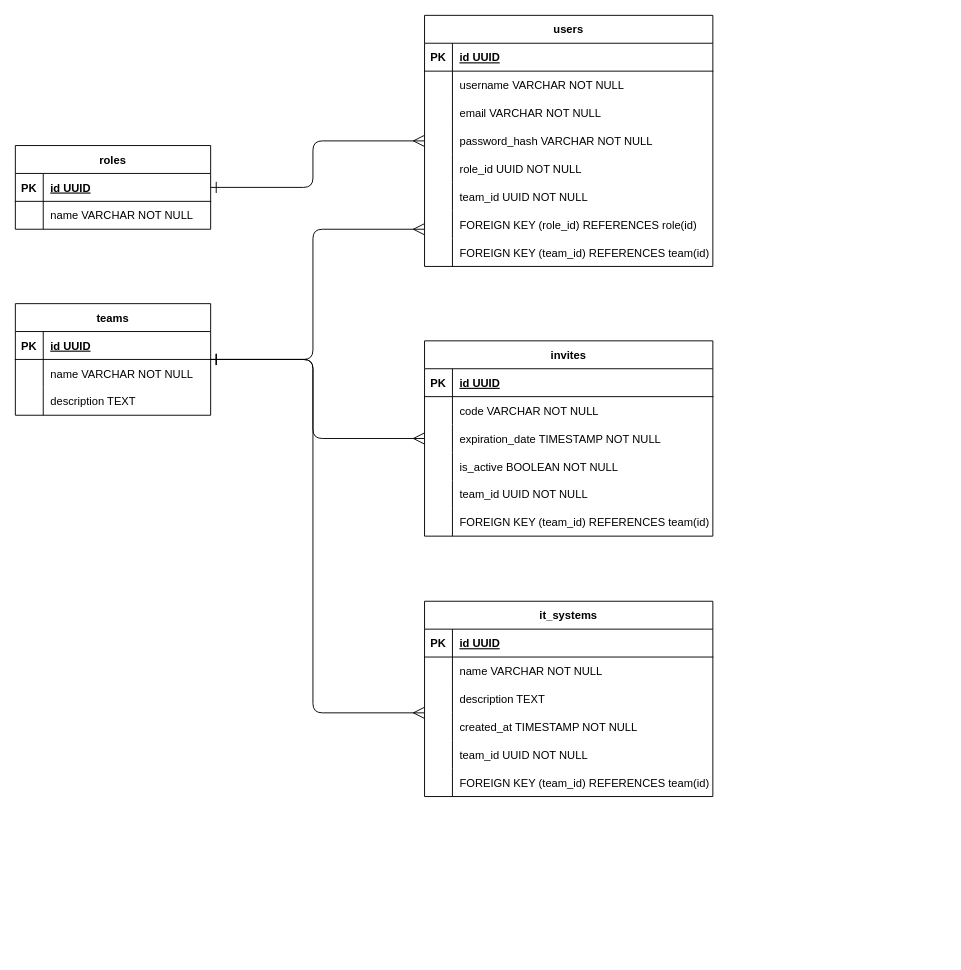
Above: report/img/dbml.drawio in n0kkster/iu7-db-6sem-cw (draw.io), before the change. Source tidied: cells renumbered, new cells numbered last; positions are measured from the earlier drawing's top-left corner, leaving out a move shared by most shapes. Both pictures are drawn from the tidied source at 93%, with x=0, y=0 at pixel (15, 15).
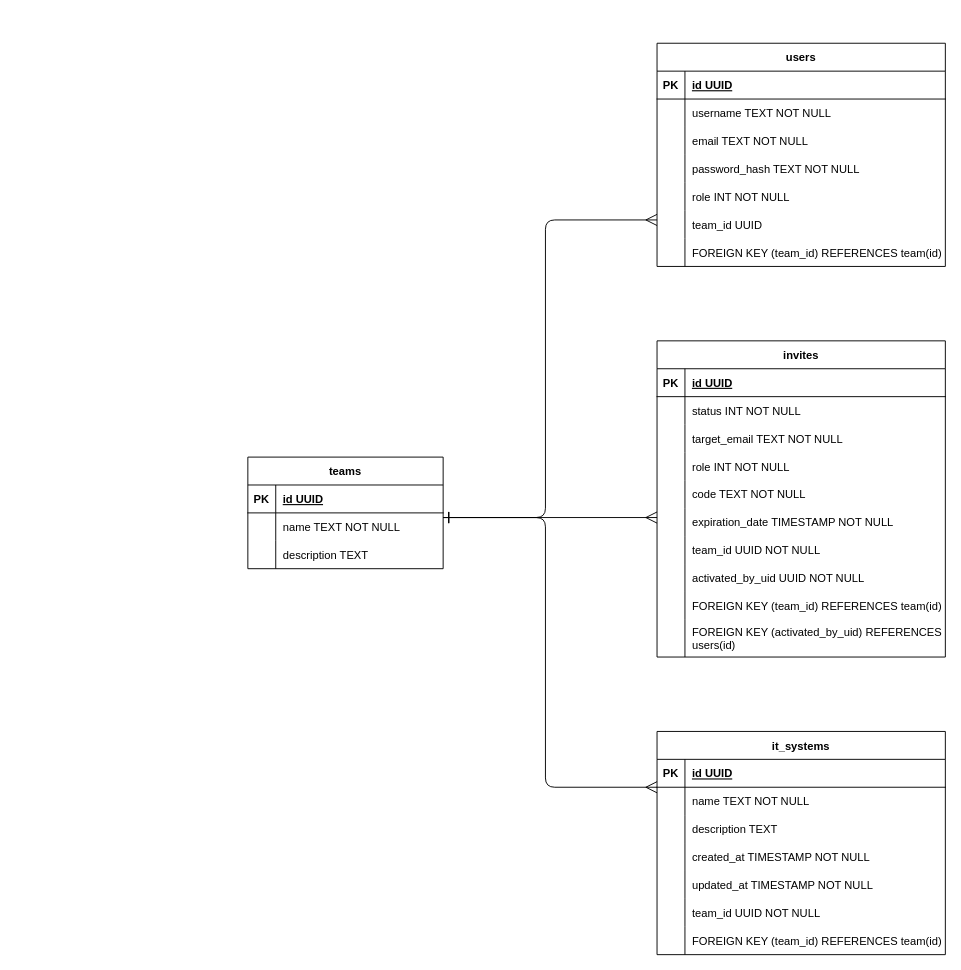
The same page after the edit.

The change refers to these unchanged cells:
```xml
<mxCell id="17" style="shape=tableRow;horizontal=0;startSize=0;swimlaneHead=0;swimlaneBody=0;fillColor=none;strokeColor=inherit;top=0;left=0;right=0;bottom=0;" parent="13" vertex="1">
  <mxGeometry y="60" width="210" height="30" as="geometry" />
</mxCell>
<mxCell id="27" style="shape=tableRow;horizontal=0;startSize=0;swimlaneHead=0;swimlaneBody=0;fillColor=none;strokeColor=inherit;top=0;left=0;right=0;bottom=0;" parent="23" vertex="1">
  <mxGeometry y="60" width="310" height="30" as="geometry" />
</mxCell>
<mxCell id="30" style="shape=tableRow;horizontal=0;startSize=0;swimlaneHead=0;swimlaneBody=0;fillColor=none;strokeColor=inherit;top=0;left=0;right=0;bottom=0;" parent="23" vertex="1">
  <mxGeometry y="90" width="310" height="30" as="geometry" />
</mxCell>
<mxCell id="33" style="shape=tableRow;horizontal=0;startSize=0;swimlaneHead=0;swimlaneBody=0;fillColor=none;strokeColor=inherit;top=0;left=0;right=0;bottom=0;" parent="23" vertex="1">
  <mxGeometry y="120" width="310" height="30" as="geometry" />
</mxCell>
<mxCell id="36" style="shape=tableRow;horizontal=0;startSize=0;swimlaneHead=0;swimlaneBody=0;fillColor=none;strokeColor=inherit;top=0;left=0;right=0;bottom=0;" parent="23" vertex="1">
  <mxGeometry y="150" width="310" height="30" as="geometry" />
</mxCell>
<mxCell id="39" style="shape=tableRow;horizontal=0;startSize=0;swimlaneHead=0;swimlaneBody=0;fillColor=none;strokeColor=inherit;top=0;left=0;right=0;bottom=0;" parent="23" vertex="1">
  <mxGeometry y="180" width="310" height="30" as="geometry" />
</mxCell>
<mxCell id="42" style="shape=tableRow;horizontal=0;startSize=0;swimlaneHead=0;swimlaneBody=0;fillColor=none;strokeColor=inherit;top=0;left=0;right=0;bottom=0;" parent="23" vertex="1">
  <mxGeometry y="210" width="310" height="30" as="geometry" />
</mxCell>
<mxCell id="52" style="shape=tableRow;horizontal=0;startSize=0;swimlaneHead=0;swimlaneBody=0;fillColor=none;strokeColor=inherit;top=0;left=0;right=0;bottom=0;" parent="48" vertex="1">
  <mxGeometry y="60" width="310" height="30" as="geometry" />
</mxCell>
<mxCell id="71" style="shape=tableRow;horizontal=0;startSize=0;swimlaneHead=0;swimlaneBody=0;fillColor=none;strokeColor=inherit;top=0;left=0;right=0;bottom=0;" parent="67" vertex="1">
  <mxGeometry y="60" width="310" height="30" as="geometry" />
</mxCell>
```

The edit, as a diff of the source:
```diff
@@
-    <mxCell id="2" style="edgeStyle=orthogonalEdgeStyle;rounded=1;jettySize=auto;html=1;startArrow=ERone;startFill=0;startSize=10;endArrow=ERmany;endFill=0;endSize=10;curved=0;" parent="1" edge="1" source="3" target="23">
-      <mxGeometry relative="1" as="geometry">
-        <Array as="points">
-          <mxPoint x="320" y="185" />
-          <mxPoint x="320" y="135" />
-        </Array>
-      </mxGeometry>
-    </mxCell>
-    <mxCell id="3" value="roles" style="shape=table;startSize=30;childLayout=tableLayout;rowLines=0;fontStyle=1;align=center;" parent="1" vertex="1">
-      <mxGeometry y="140" width="210" height="90" as="geometry" />
-    </mxCell>
-    <mxCell id="4" style="shape=tableRow;horizontal=0;startSize=0;swimlaneHead=0;swimlaneBody=0;fillColor=none;strokeColor=inherit;top=0;left=0;right=0;bottom=1;" parent="3" vertex="1">
-      <mxGeometry y="30" width="210" height="30" as="geometry" />
-    </mxCell>
-    <mxCell id="5" value="PK" style="shape=partialRectangle;overflow=hidden;fillColor=none;strokeColor=inherit;top=0;left=0;bottom=0;right=0;fontStyle=1;" parent="4" vertex="1">
-      <mxGeometry width="30" height="30" as="geometry" />
-    </mxCell>
-    <mxCell id="6" value="id UUID " style="shape=partialRectangle;overflow=hidden;fillColor=none;align=left;strokeColor=inherit;top=0;left=0;bottom=0;right=0;spacingLeft=6;fontStyle=5;" parent="4" vertex="1">
-      <mxGeometry x="30" width="180" height="30" as="geometry" />
-    </mxCell>
-    <mxCell id="7" style="shape=tableRow;horizontal=0;startSize=0;swimlaneHead=0;swimlaneBody=0;fillColor=none;strokeColor=inherit;top=0;left=0;right=0;bottom=0;" parent="3" vertex="1">
-      <mxGeometry y="60" width="210" height="30" as="geometry" />
-    </mxCell>
-    <mxCell id="8" style="shape=partialRectangle;overflow=hidden;fillColor=none;strokeColor=inherit;top=0;left=0;bottom=0;right=0;" parent="7" vertex="1">
-      <mxGeometry width="30" height="30" as="geometry" />
-    </mxCell>
-    <mxCell id="9" value="name VARCHAR NOT NULL" style="shape=partialRectangle;overflow=hidden;fillColor=none;align=left;strokeColor=inherit;top=0;left=0;bottom=0;right=0;spacingLeft=6;" parent="7" vertex="1">
-      <mxGeometry x="30" width="180" height="30" as="geometry" />
-    </mxCell>
     <mxCell id="10" style="edgeStyle=orthogonalEdgeStyle;shape=connector;rounded=1;jettySize=auto;html=1;strokeColor=default;align=center;verticalAlign=middle;fontFamily=Helvetica;fontSize=11;fontColor=default;labelBackgroundColor=default;startArrow=ERone;startFill=0;startSize=10;endArrow=ERmany;endFill=0;endSize=10;curved=0;" parent="1" edge="1" source="13" target="48">
       <mxGeometry relative="1" as="geometry">
         <Array as="points">
-          <mxPoint x="320" y="370" />
-          <mxPoint x="320" y="455" />
+          <mxPoint x="520" y="540" />
+          <mxPoint x="520" y="540" />
         </Array>
       </mxGeometry>
     </mxCell>
     <mxCell id="11" style="edgeStyle=orthogonalEdgeStyle;shape=connector;rounded=1;jettySize=auto;html=1;strokeColor=default;align=center;verticalAlign=middle;fontFamily=Helvetica;fontSize=11;fontColor=default;labelBackgroundColor=default;startArrow=ERone;startFill=0;startSize=10;endArrow=ERmany;endFill=0;endSize=10;curved=0;" parent="1" edge="1" source="13" target="23">
       <mxGeometry relative="1" as="geometry">
         <Array as="points">
-          <mxPoint x="320" y="370" />
-          <mxPoint x="320" y="230" />
+          <mxPoint x="570" y="540" />
+          <mxPoint x="570" y="220" />
         </Array>
       </mxGeometry>
     </mxCell>
     <mxCell id="12" style="edgeStyle=orthogonalEdgeStyle;shape=connector;rounded=1;jettySize=auto;html=1;strokeColor=default;align=center;verticalAlign=middle;fontFamily=Helvetica;fontSize=11;fontColor=default;labelBackgroundColor=default;startArrow=ERone;startFill=0;startSize=10;endArrow=ERmany;endFill=0;endSize=10;curved=0;" parent="1" edge="1" source="13" target="67">
       <mxGeometry relative="1" as="geometry">
         <Array as="points">
-          <mxPoint x="320" y="370" />
-          <mxPoint x="320" y="750" />
+          <mxPoint x="570" y="540" />
+          <mxPoint x="570" y="830" />
         </Array>
       </mxGeometry>
     </mxCell>
     <mxCell id="13" value="teams" style="shape=table;startSize=30;childLayout=tableLayout;rowLines=0;fontStyle=1;align=center;" parent="1" vertex="1">
-      <mxGeometry y="310" width="210" height="120" as="geometry" />
+      <mxGeometry x="250" y="475" width="210" height="120" as="geometry" />
     </mxCell>
@@
-    <mxCell id="19" value="name VARCHAR NOT NULL" style="shape=partialRectangle;overflow=hidden;fillColor=none;align=left;strokeColor=inherit;top=0;left=0;bottom=0;right=0;spacingLeft=6;" parent="17" vertex="1">
+    <mxCell id="19" value="name TEXT NOT NULL" style="shape=partialRectangle;overflow=hidden;fillColor=none;align=left;strokeColor=inherit;top=0;left=0;bottom=0;right=0;spacingLeft=6;" parent="17" vertex="1">
       <mxGeometry x="30" width="180" height="30" as="geometry" />
     </mxCell>
@@
     <mxCell id="23" value="users" style="shape=table;startSize=30;childLayout=tableLayout;rowLines=0;fontStyle=1;align=center;" parent="1" vertex="1">
-      <mxGeometry x="440" width="310" height="270" as="geometry" />
+      <mxGeometry x="690" y="30" width="310" height="240" as="geometry" />
     </mxCell>
@@
-    <mxCell id="29" value="username VARCHAR NOT NULL" style="shape=partialRectangle;overflow=hidden;fillColor=none;align=left;strokeColor=inherit;top=0;left=0;bottom=0;right=0;spacingLeft=6;" parent="27" vertex="1">
+    <mxCell id="29" value="username TEXT NOT NULL" style="shape=partialRectangle;overflow=hidden;fillColor=none;align=left;strokeColor=inherit;top=0;left=0;bottom=0;right=0;spacingLeft=6;" parent="27" vertex="1">
       <mxGeometry x="30" width="280" height="30" as="geometry" />
     </mxCell>
@@
-    <mxCell id="32" value="email VARCHAR NOT NULL" style="shape=partialRectangle;overflow=hidden;fillColor=none;align=left;strokeColor=inherit;top=0;left=0;bottom=0;right=0;spacingLeft=6;" parent="30" vertex="1">
+    <mxCell id="32" value="email TEXT NOT NULL" style="shape=partialRectangle;overflow=hidden;fillColor=none;align=left;strokeColor=inherit;top=0;left=0;bottom=0;right=0;spacingLeft=6;" parent="30" vertex="1">
       <mxGeometry x="30" width="280" height="30" as="geometry" />
     </mxCell>
@@
-    <mxCell id="35" value="password_hash VARCHAR NOT NULL" style="shape=partialRectangle;overflow=hidden;fillColor=none;align=left;strokeColor=inherit;top=0;left=0;bottom=0;right=0;spacingLeft=6;" parent="33" vertex="1">
+    <mxCell id="35" value="password_hash TEXT NOT NULL" style="shape=partialRectangle;overflow=hidden;fillColor=none;align=left;strokeColor=inherit;top=0;left=0;bottom=0;right=0;spacingLeft=6;" parent="33" vertex="1">
       <mxGeometry x="30" width="280" height="30" as="geometry" />
     </mxCell>
@@
-    <mxCell id="38" value="role_id UUID NOT NULL" style="shape=partialRectangle;overflow=hidden;fillColor=none;align=left;strokeColor=inherit;top=0;left=0;bottom=0;right=0;spacingLeft=6;" parent="36" vertex="1">
+    <mxCell id="38" value="role INT NOT NULL" style="shape=partialRectangle;overflow=hidden;fillColor=none;align=left;strokeColor=inherit;top=0;left=0;bottom=0;right=0;spacingLeft=6;" parent="36" vertex="1">
       <mxGeometry x="30" width="280" height="30" as="geometry" />
     </mxCell>
@@
-    <mxCell id="41" value="team_id UUID NOT NULL" style="shape=partialRectangle;overflow=hidden;fillColor=none;align=left;strokeColor=inherit;top=0;left=0;bottom=0;right=0;spacingLeft=6;" parent="39" vertex="1">
+    <mxCell id="41" value="team_id UUID" style="shape=partialRectangle;overflow=hidden;fillColor=none;align=left;strokeColor=inherit;top=0;left=0;bottom=0;right=0;spacingLeft=6;" parent="39" vertex="1">
       <mxGeometry x="30" width="280" height="30" as="geometry" />
     </mxCell>
@@
-    <mxCell id="44" value="FOREIGN KEY (role_id) REFERENCES role(id)" style="shape=partialRectangle;overflow=hidden;fillColor=none;align=left;strokeColor=inherit;top=0;left=0;bottom=0;right=0;spacingLeft=6;" parent="42" vertex="1">
+    <mxCell id="44" value="FOREIGN KEY (team_id) REFERENCES team(id)" style="shape=partialRectangle;overflow=hidden;fillColor=none;align=left;strokeColor=inherit;top=0;left=0;bottom=0;right=0;spacingLeft=6;" parent="42" vertex="1">
       <mxGeometry x="30" width="280" height="30" as="geometry" />
     </mxCell>
-    <mxCell id="45" style="shape=tableRow;horizontal=0;startSize=0;swimlaneHead=0;swimlaneBody=0;fillColor=none;strokeColor=inherit;top=0;left=0;right=0;bottom=0;" parent="23" vertex="1">
-      <mxGeometry y="240" width="310" height="30" as="geometry" />
-    </mxCell>
-    <mxCell id="46" style="shape=partialRectangle;overflow=hidden;fillColor=none;strokeColor=inherit;top=0;left=0;bottom=0;right=0;" parent="45" vertex="1">
-      <mxGeometry width="30" height="30" as="geometry" />
-    </mxCell>
-    <mxCell id="47" value="FOREIGN KEY (team_id) REFERENCES team(id)" style="shape=partialRectangle;overflow=hidden;fillColor=none;align=left;strokeColor=inherit;top=0;left=0;bottom=0;right=0;spacingLeft=6;" parent="45" vertex="1">
-      <mxGeometry x="30" width="280" height="30" as="geometry" />
-    </mxCell>
     <mxCell id="48" value="invites" style="shape=table;startSize=30;childLayout=tableLayout;rowLines=0;fontStyle=1;align=center;" parent="1" vertex="1">
-      <mxGeometry x="440" y="350" width="310" height="210" as="geometry" />
+      <mxGeometry x="690" y="350" width="310" height="340" as="geometry" />
     </mxCell>
@@
-    <mxCell id="54" value="code VARCHAR NOT NULL" style="shape=partialRectangle;overflow=hidden;fillColor=none;align=left;strokeColor=inherit;top=0;left=0;bottom=0;right=0;spacingLeft=6;" parent="52" vertex="1">
+    <mxCell id="54" value="status INT NOT NULL" style="shape=partialRectangle;overflow=hidden;fillColor=none;align=left;strokeColor=inherit;top=0;left=0;bottom=0;right=0;spacingLeft=6;" parent="52" vertex="1">
       <mxGeometry x="30" width="280" height="30" as="geometry" />
     </mxCell>
+    <mxCell id="58" style="shape=tableRow;horizontal=0;startSize=0;swimlaneHead=0;swimlaneBody=0;fillColor=none;strokeColor=inherit;top=0;left=0;right=0;bottom=0;" parent="48" vertex="1">
+      <mxGeometry y="90" width="310" height="30" as="geometry" />
+    </mxCell>
+    <mxCell id="59" style="shape=partialRectangle;overflow=hidden;fillColor=none;strokeColor=inherit;top=0;left=0;bottom=0;right=0;" parent="58" vertex="1">
+      <mxGeometry width="30" height="30" as="geometry" />
+    </mxCell>
+    <mxCell id="60" value="target_email TEXT NOT NULL" style="shape=partialRectangle;overflow=hidden;fillColor=none;align=left;strokeColor=inherit;top=0;left=0;bottom=0;right=0;spacingLeft=6;" parent="58" vertex="1">
+      <mxGeometry x="30" width="280" height="30" as="geometry" />
+    </mxCell>
+    <mxCell id="86" style="shape=tableRow;horizontal=0;startSize=0;swimlaneHead=0;swimlaneBody=0;fillColor=none;strokeColor=inherit;top=0;left=0;right=0;bottom=0;" parent="48" vertex="1">
+      <mxGeometry y="120" width="310" height="30" as="geometry" />
+    </mxCell>
+    <mxCell id="87" style="shape=partialRectangle;overflow=hidden;fillColor=none;strokeColor=inherit;top=0;left=0;bottom=0;right=0;" parent="86" vertex="1">
+      <mxGeometry width="30" height="30" as="geometry" />
+    </mxCell>
+    <mxCell id="88" value="role INT NOT NULL" style="shape=partialRectangle;overflow=hidden;fillColor=none;align=left;strokeColor=inherit;top=0;left=0;bottom=0;right=0;spacingLeft=6;" parent="86" vertex="1">
+      <mxGeometry x="30" width="280" height="30" as="geometry" />
+    </mxCell>
+    <mxCell id="89" style="shape=tableRow;horizontal=0;startSize=0;swimlaneHead=0;swimlaneBody=0;fillColor=none;strokeColor=inherit;top=0;left=0;right=0;bottom=0;" parent="48" vertex="1">
+      <mxGeometry y="150" width="310" height="30" as="geometry" />
+    </mxCell>
+    <mxCell id="90" style="shape=partialRectangle;overflow=hidden;fillColor=none;strokeColor=inherit;top=0;left=0;bottom=0;right=0;" parent="89" vertex="1">
+      <mxGeometry width="30" height="30" as="geometry" />
+    </mxCell>
+    <mxCell id="91" value="code TEXT NOT NULL" style="shape=partialRectangle;overflow=hidden;fillColor=none;align=left;strokeColor=inherit;top=0;left=0;bottom=0;right=0;spacingLeft=6;" parent="89" vertex="1">
+      <mxGeometry x="30" width="280" height="30" as="geometry" />
+    </mxCell>
     <mxCell id="55" style="shape=tableRow;horizontal=0;startSize=0;swimlaneHead=0;swimlaneBody=0;fillColor=none;strokeColor=inherit;top=0;left=0;right=0;bottom=0;" parent="48" vertex="1">
-      <mxGeometry y="90" width="310" height="30" as="geometry" />
+      <mxGeometry y="180" width="310" height="30" as="geometry" />
     </mxCell>
@@
-    <mxCell id="58" style="shape=tableRow;horizontal=0;startSize=0;swimlaneHead=0;swimlaneBody=0;fillColor=none;strokeColor=inherit;top=0;left=0;right=0;bottom=0;" parent="48" vertex="1">
-      <mxGeometry y="120" width="310" height="30" as="geometry" />
-    </mxCell>
-    <mxCell id="59" style="shape=partialRectangle;overflow=hidden;fillColor=none;strokeColor=inherit;top=0;left=0;bottom=0;right=0;" parent="58" vertex="1">
-      <mxGeometry width="30" height="30" as="geometry" />
-    </mxCell>
-    <mxCell id="60" value="is_active BOOLEAN NOT NULL" style="shape=partialRectangle;overflow=hidden;fillColor=none;align=left;strokeColor=inherit;top=0;left=0;bottom=0;right=0;spacingLeft=6;" parent="58" vertex="1">
-      <mxGeometry x="30" width="280" height="30" as="geometry" />
-    </mxCell>
+    <mxCell id="92" style="shape=tableRow;horizontal=0;startSize=0;swimlaneHead=0;swimlaneBody=0;fillColor=none;strokeColor=inherit;top=0;left=0;right=0;bottom=0;" parent="48" vertex="1">
+      <mxGeometry y="210" width="310" height="30" as="geometry" />
+    </mxCell>
+    <mxCell id="93" style="shape=partialRectangle;overflow=hidden;fillColor=none;strokeColor=inherit;top=0;left=0;bottom=0;right=0;" parent="92" vertex="1">
+      <mxGeometry width="30" height="30" as="geometry" />
+    </mxCell>
+    <mxCell id="94" value="team_id UUID NOT NULL" style="shape=partialRectangle;overflow=hidden;fillColor=none;align=left;strokeColor=inherit;top=0;left=0;bottom=0;right=0;spacingLeft=6;" parent="92" vertex="1">
+      <mxGeometry x="30" width="280" height="30" as="geometry" />
+    </mxCell>
     <mxCell id="61" style="shape=tableRow;horizontal=0;startSize=0;swimlaneHead=0;swimlaneBody=0;fillColor=none;strokeColor=inherit;top=0;left=0;right=0;bottom=0;" parent="48" vertex="1">
-      <mxGeometry y="150" width="310" height="30" as="geometry" />
+      <mxGeometry y="240" width="310" height="30" as="geometry" />
     </mxCell>
@@
-    <mxCell id="63" value="team_id UUID NOT NULL" style="shape=partialRectangle;overflow=hidden;fillColor=none;align=left;strokeColor=inherit;top=0;left=0;bottom=0;right=0;spacingLeft=6;" parent="61" vertex="1">
+    <mxCell id="63" value="activated_by_uid UUID NOT NULL" style="shape=partialRectangle;overflow=hidden;fillColor=none;align=left;strokeColor=inherit;top=0;left=0;bottom=0;right=0;spacingLeft=6;" parent="61" vertex="1">
       <mxGeometry x="30" width="280" height="30" as="geometry" />
     </mxCell>
     <mxCell id="64" style="shape=tableRow;horizontal=0;startSize=0;swimlaneHead=0;swimlaneBody=0;fillColor=none;strokeColor=inherit;top=0;left=0;right=0;bottom=0;" parent="48" vertex="1">
-      <mxGeometry y="180" width="310" height="30" as="geometry" />
+      <mxGeometry y="270" width="310" height="30" as="geometry" />
     </mxCell>
@@
+    <mxCell id="95" style="shape=tableRow;horizontal=0;startSize=0;swimlaneHead=0;swimlaneBody=0;fillColor=none;strokeColor=inherit;top=0;left=0;right=0;bottom=0;" parent="48" vertex="1">
+      <mxGeometry y="300" width="310" height="40" as="geometry" />
+    </mxCell>
+    <mxCell id="96" style="shape=partialRectangle;overflow=hidden;fillColor=none;strokeColor=inherit;top=0;left=0;bottom=0;right=0;" parent="95" vertex="1">
+      <mxGeometry width="30" height="40" as="geometry" />
+    </mxCell>
+    <mxCell id="97" value="FOREIGN KEY (activated_by_uid) REFERENCES &#10;users(id)" style="shape=partialRectangle;overflow=hidden;fillColor=none;align=left;strokeColor=inherit;top=0;left=0;bottom=0;right=0;spacingLeft=6;" parent="95" vertex="1">
+      <mxGeometry x="30" width="280" height="40" as="geometry" />
+    </mxCell>
     <mxCell id="67" value="it_systems" style="shape=table;startSize=30;childLayout=tableLayout;rowLines=0;fontStyle=1;align=center;" parent="1" vertex="1">
-      <mxGeometry x="440" y="630" width="310" height="210" as="geometry" />
+      <mxGeometry x="690" y="770" width="310" height="240" as="geometry" />
     </mxCell>
@@
-    <mxCell id="73" value="name VARCHAR NOT NULL" style="shape=partialRectangle;overflow=hidden;fillColor=none;align=left;strokeColor=inherit;top=0;left=0;bottom=0;right=0;spacingLeft=6;" parent="71" vertex="1">
+    <mxCell id="73" value="name TEXT NOT NULL" style="shape=partialRectangle;overflow=hidden;fillColor=none;align=left;strokeColor=inherit;top=0;left=0;bottom=0;right=0;spacingLeft=6;" parent="71" vertex="1">
       <mxGeometry x="30" width="280" height="30" as="geometry" />
     </mxCell>
@@
+    <mxCell id="98" style="shape=tableRow;horizontal=0;startSize=0;swimlaneHead=0;swimlaneBody=0;fillColor=none;strokeColor=inherit;top=0;left=0;right=0;bottom=0;" parent="67" vertex="1">
+      <mxGeometry y="150" width="310" height="30" as="geometry" />
+    </mxCell>
+    <mxCell id="99" style="shape=partialRectangle;overflow=hidden;fillColor=none;strokeColor=inherit;top=0;left=0;bottom=0;right=0;" parent="98" vertex="1">
+      <mxGeometry width="30" height="30" as="geometry" />
+    </mxCell>
+    <mxCell id="100" value="updated_at TIMESTAMP NOT NULL" style="shape=partialRectangle;overflow=hidden;fillColor=none;align=left;strokeColor=inherit;top=0;left=0;bottom=0;right=0;spacingLeft=6;" parent="98" vertex="1">
+      <mxGeometry x="30" width="280" height="30" as="geometry" />
+    </mxCell>
     <mxCell id="80" style="shape=tableRow;horizontal=0;startSize=0;swimlaneHead=0;swimlaneBody=0;fillColor=none;strokeColor=inherit;top=0;left=0;right=0;bottom=0;" parent="67" vertex="1">
-      <mxGeometry y="150" width="310" height="30" as="geometry" />
+      <mxGeometry y="180" width="310" height="30" as="geometry" />
     </mxCell>
@@
     <mxCell id="83" style="shape=tableRow;horizontal=0;startSize=0;swimlaneHead=0;swimlaneBody=0;fillColor=none;strokeColor=inherit;top=0;left=0;right=0;bottom=0;" parent="67" vertex="1">
-      <mxGeometry y="180" width="310" height="30" as="geometry" />
+      <mxGeometry y="210" width="310" height="30" as="geometry" />
     </mxCell>
```
